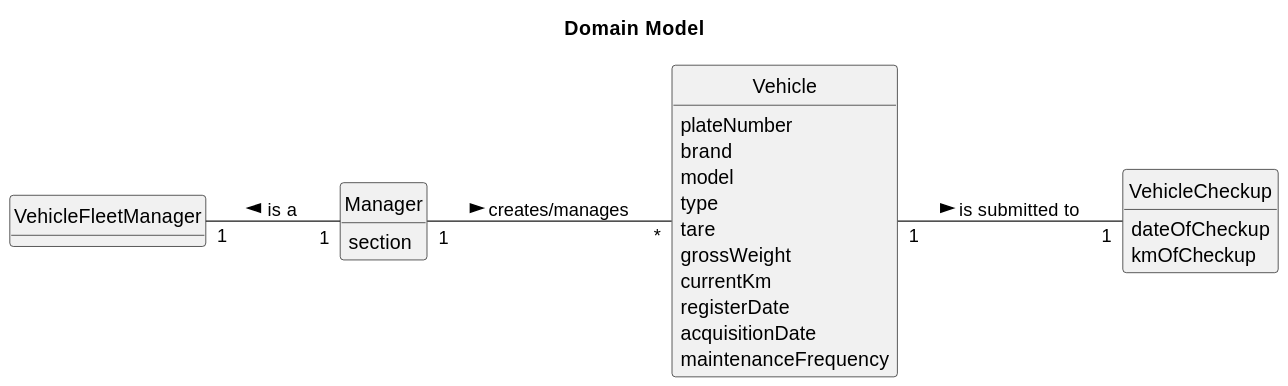
Above: docs/sprintB/us08/02.analysis/svg/us08-domain-model.svg in Paulo-Pereira-at-ISEP/lei-24-s2-1nanb-g321 (PlantUML), before the change.
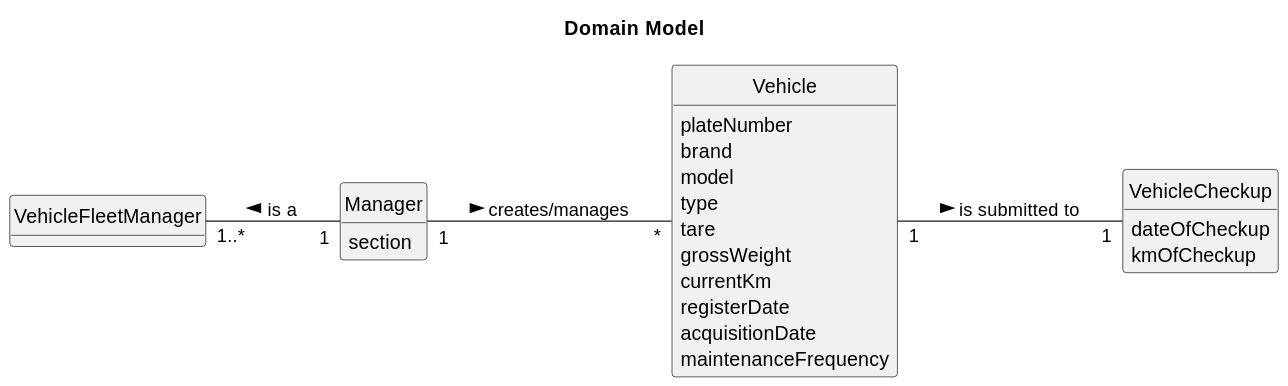
Above is the later version.

Commit message:
LGGPM-49 - US08 Domain model correction after evaluation inputs (.puml & .svg)

Change to the diagram source:
```diff
@@ -39,6 +39,6 @@
 }
 
 Manager "1" -- "*" Vehicle: creates/manages >
-Manager "1" --up "1" VehicleFleetManager: is a >
+Manager "1" --up "1..*" VehicleFleetManager: is a >
 Vehicle "1" -- "1" VehicleCheckup: is submitted to >
 @enduml
```
